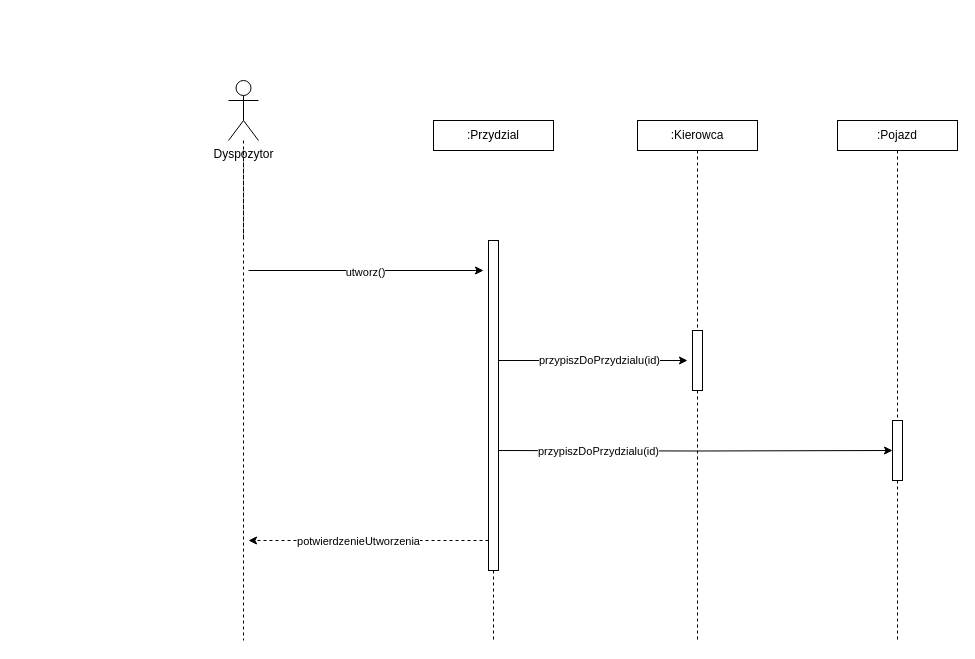
Before: interakcji_utworz_przydzial.drawio in JakubBandosz/Projekt_IO, a draw.io diagram. Source tidied: cells renumbered, new cells numbered last; positions are measured from the earlier drawing's top-left corner, leaving out a move shared by most shapes. Both pictures are drawn from the tidied source at 100%, with x=0, y=0 at pixel (228, 80).
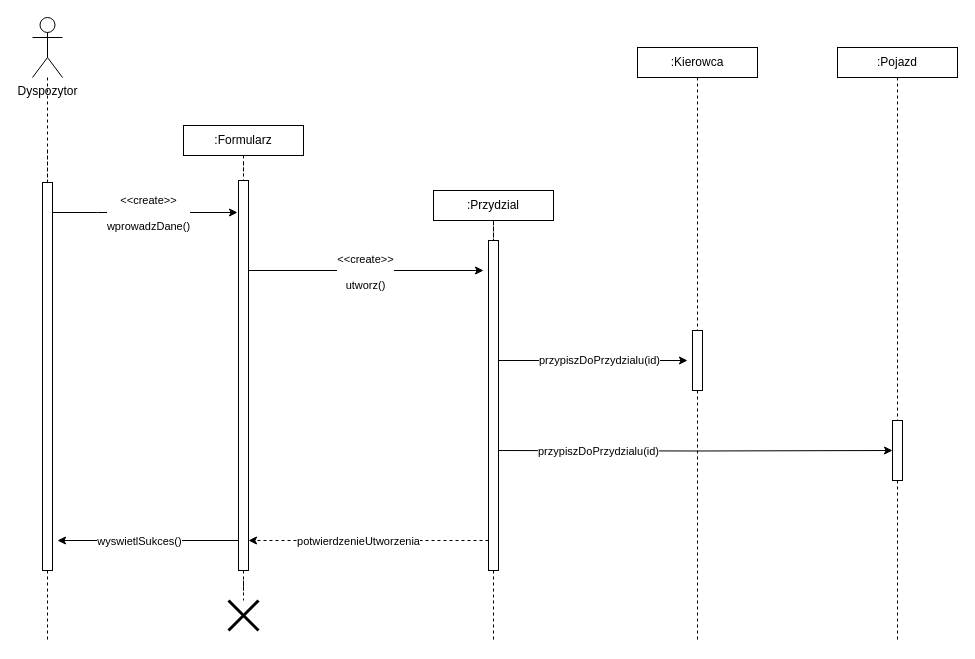
Above is the later version.

The change refers to these unchanged cells:
```xml
<mxCell id="3" style="edgeStyle=orthogonalEdgeStyle;rounded=0;orthogonalLoop=1;jettySize=auto;html=1;" parent="1" edge="1">
  <mxGeometry relative="1" as="geometry">
    <mxPoint x="20" y="190" as="sourcePoint" />
    <mxPoint x="255" y="190" as="targetPoint" />
  </mxGeometry>
</mxCell>
<mxCell id="6" style="rounded=0;whiteSpace=wrap;html=1;" parent="1" vertex="1">
  <mxGeometry x="260" y="160" width="10" height="330" as="geometry" />
</mxCell>
```

Diff of the diagram source:
```diff
@@
+    <mxCell id="24" style="edgeStyle=orthogonalEdgeStyle;rounded=0;jettySize=auto;html=1;entryX=0.5;entryY=0;entryDx=0;entryDy=0;endArrow=none;endFill=0;dashed=1;" parent="1" edge="1" source="2" target="6">
+      <mxGeometry relative="1" as="geometry" />
+    </mxCell>
     <mxCell id="2" value=":Przydzial" style="rounded=0;whiteSpace=wrap;html=1;" parent="1" vertex="1">
-      <mxGeometry x="205" y="40" width="120" height="30" as="geometry" />
+      <mxGeometry x="205" y="110" width="120" height="30" as="geometry" />
     </mxCell>
@@
-    <mxCell id="4" value="utworz()" style="edgeLabel;html=1;align=center;verticalAlign=middle;" parent="3" vertex="1">
+    <mxCell id="4" value="&lt;div&gt;&amp;lt;&amp;lt;create&amp;gt;&amp;gt;&lt;/div&gt;&lt;div&gt;&lt;br&gt;&lt;/div&gt;&lt;div&gt;utworz()&lt;/div&gt;" style="edgeLabel;html=1;align=center;verticalAlign=middle;" parent="3" vertex="1">
       <mxGeometry x="-0.01" y="-1" relative="1" as="geometry" />
     </mxCell>
     <mxCell id="5" style="edgeStyle=orthogonalEdgeStyle;rounded=0;orthogonalLoop=1;jettySize=auto;html=1;endArrow=none;endFill=0;dashed=1;exitX=0.5;exitY=1;exitDx=0;exitDy=0;" parent="1" edge="1">
       <mxGeometry relative="1" as="geometry">
-        <mxPoint x="15" y="70" as="sourcePoint" />
-        <mxPoint x="15" y="160" as="targetPoint" />
+        <mxPoint x="-181" y="70" as="sourcePoint" />
+        <mxPoint x="-181" y="160" as="targetPoint" />
       </mxGeometry>
     </mxCell>
@@
     <mxCell id="9" value=":Pojazd" style="rounded=0;whiteSpace=wrap;html=1;" parent="1" vertex="1">
-      <mxGeometry x="609" y="40" width="120" height="30" as="geometry" />
+      <mxGeometry x="609" y="-33" width="120" height="30" as="geometry" />
     </mxCell>
@@
     <mxCell id="11" value="&lt;div&gt;:Kierowca&lt;/div&gt;" style="rounded=0;whiteSpace=wrap;html=1;" parent="1" vertex="1">
-      <mxGeometry x="409" y="40" width="120" height="30" as="geometry" />
+      <mxGeometry x="409" y="-33" width="120" height="30" as="geometry" />
     </mxCell>
@@
-    <mxCell id="22" style="edgeStyle=orthogonalEdgeStyle;rounded=0;jettySize=auto;html=1;dashed=1;endArrow=none;endFill=0;" parent="1" edge="1" source="23">
+    <mxCell id="22" style="edgeStyle=orthogonalEdgeStyle;rounded=0;jettySize=auto;html=1;dashed=1;endArrow=none;endFill=0;" parent="1" edge="1" source="31">
       <mxGeometry relative="1" as="geometry">
-        <mxPoint x="15" y="560" as="targetPoint" />
+        <mxPoint x="-181" y="560" as="targetPoint" />
       </mxGeometry>
     </mxCell>
     <mxCell id="23" value="Dyspozytor" style="shape=umlActor;verticalLabelPosition=bottom;verticalAlign=top;html=1;outlineConnect=0;" parent="1" vertex="1">
-      <mxGeometry width="30" height="60" as="geometry" />
+      <mxGeometry x="-196" y="-63" width="30" height="60" as="geometry" />
     </mxCell>
+    <mxCell id="25" style="edgeStyle=orthogonalEdgeStyle;rounded=0;jettySize=auto;html=1;entryX=0.5;entryY=0;entryDx=0;entryDy=0;endArrow=none;endFill=0;dashed=1;" parent="1" edge="1" source="26" target="28">
+      <mxGeometry relative="1" as="geometry" />
+    </mxCell>
+    <mxCell id="26" value=":Formularz" style="rounded=0;whiteSpace=wrap;html=1;" parent="1" vertex="1">
+      <mxGeometry x="-45" y="45" width="120" height="30" as="geometry" />
+    </mxCell>
+    <mxCell id="27" style="edgeStyle=orthogonalEdgeStyle;rounded=0;jettySize=auto;html=1;endArrow=none;endFill=0;dashed=1;" parent="1" edge="1" source="28" target="35">
+      <mxGeometry relative="1" as="geometry" />
+    </mxCell>
+    <mxCell id="28" style="rounded=0;whiteSpace=wrap;html=1;" parent="1" vertex="1">
+      <mxGeometry x="10" y="100" width="10" height="390" as="geometry" />
+    </mxCell>
+    <mxCell id="29" style="edgeStyle=orthogonalEdgeStyle;rounded=0;jettySize=auto;html=1;dashed=1;endArrow=none;endFill=0;" parent="1" edge="1" source="23" target="31">
+      <mxGeometry relative="1" as="geometry" />
+    </mxCell>
+    <mxCell id="30" style="edgeStyle=orthogonalEdgeStyle;rounded=0;jettySize=auto;html=1;" parent="1" edge="1" source="31">
+      <mxGeometry relative="1" as="geometry">
+        <mxPoint x="9" y="132" as="targetPoint" />
+        <Array as="points">
+          <mxPoint x="-131" y="132" />
+          <mxPoint x="-131" y="132" />
+        </Array>
+      </mxGeometry>
+    </mxCell>
+    <mxCell id="31" style="rounded=0;whiteSpace=wrap;html=1;" parent="1" vertex="1">
+      <mxGeometry x="-186" y="102" width="10" height="388" as="geometry" />
+    </mxCell>
+    <mxCell id="32" value="&lt;div&gt;&amp;lt;&amp;lt;create&amp;gt;&amp;gt;&lt;/div&gt;&lt;div&gt;&lt;br&gt;&lt;/div&gt;&lt;div&gt;wprowadzDane()&lt;/div&gt;" style="edgeLabel;html=1;align=center;verticalAlign=middle;" parent="1" vertex="1">
+      <mxGeometry x="-81" y="132" as="geometry" />
+    </mxCell>
+    <mxCell id="33" style="edgeStyle=orthogonalEdgeStyle;rounded=0;orthogonalLoop=1;jettySize=auto;html=1;" parent="1" edge="1">
+      <mxGeometry relative="1" as="geometry">
+        <mxPoint x="10" y="460" as="sourcePoint" />
+        <mxPoint x="-171" y="460" as="targetPoint" />
+      </mxGeometry>
+    </mxCell>
+    <mxCell id="34" value="&lt;div&gt;wyswietlSukces()&lt;/div&gt;" style="edgeLabel;html=1;align=center;verticalAlign=middle;" parent="33" vertex="1">
+      <mxGeometry x="0.09" relative="1" as="geometry" />
+    </mxCell>
+    <mxCell id="35" style="shape=umlDestroy;whiteSpace=wrap;html=1;strokeWidth=3;targetShapes=umlLifeline;" parent="1" vertex="1">
+      <mxGeometry y="520" width="30" height="30" as="geometry" />
+    </mxCell>
```
